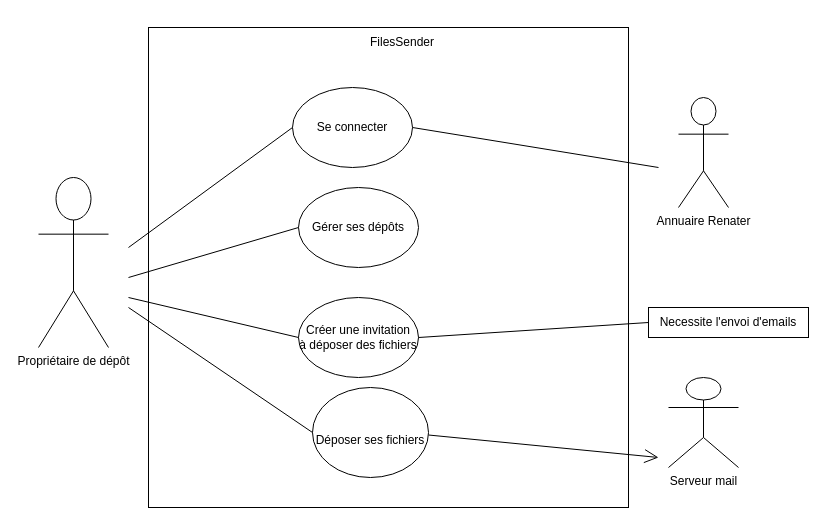
The draw.io diagram Diagramme sans nom.drawio in lenny-vergerolle/lennyverg, before the edit. Source tidied: cells renumbered, new cells numbered last; positions are measured from the earlier drawing's top-left corner, leaving out a move shared by most shapes. Both pictures are drawn from the tidied source at 100%, with x=0, y=0 at pixel (38, 17).
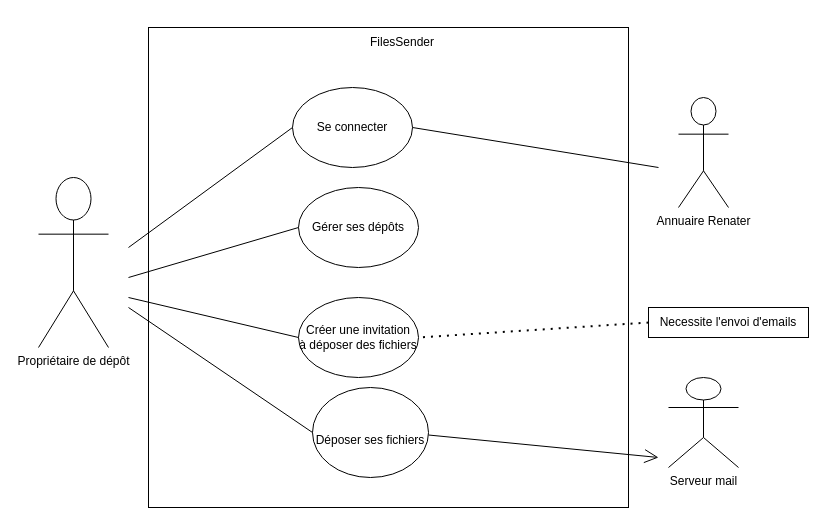
The same page after the edit.

Commit message (it also covers changes not shown here):
Mettre à jour Diagramme sans nom.drawio

Unchanged cells that the change refers to:
```xml
<mxCell id="6" value="Créer une invitation&lt;br&gt;à déposer des fichiers" style="ellipse;whiteSpace=wrap;html=1;" parent="1" vertex="1">
  <mxGeometry x="260" y="280" width="120" height="80" as="geometry" />
</mxCell>
<mxCell id="14" value="Necessite l'envoi d'emails" style="rounded=0;whiteSpace=wrap;html=1;" parent="1" vertex="1">
  <mxGeometry x="610" y="290" width="160" height="30" as="geometry" />
</mxCell>
```

The edit, as a diff of the source:
```diff
@@
-    <mxCell id="15" style="endArrow=none;html=1;rounded=0;entryX=0;entryY=0.5;entryDx=0;entryDy=0;exitX=1;exitY=0.5;exitDx=0;exitDy=0;" parent="1" edge="1" source="6" target="14">
-      <mxGeometry relative="1" as="geometry" />
-    </mxCell>
@@
+    <mxCell id="19" style="endArrow=none;dashed=1;html=1;dashPattern=1 3;strokeWidth=2;rounded=0;entryX=1;entryY=0.5;entryDx=0;entryDy=0;exitX=0;exitY=0.5;exitDx=0;exitDy=0;" parent="1" edge="1" source="14" target="6">
+      <mxGeometry relative="1" as="geometry" />
+    </mxCell>
```
